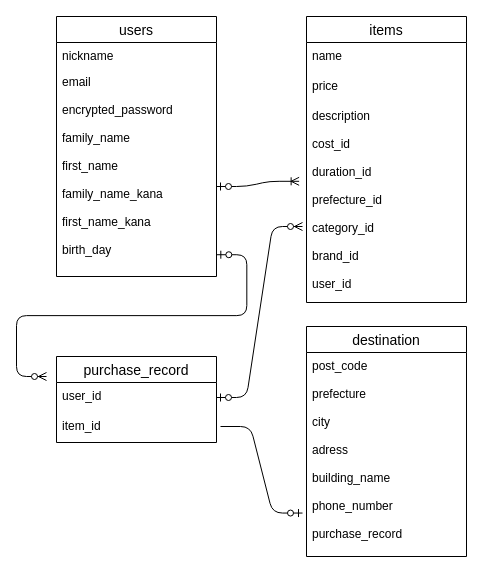
The draw.io diagram test.dio in shinobum10/furima-36695, before the edit. Source tidied: cells renumbered, new cells numbered last; positions are measured from the earlier drawing's top-left corner, leaving out a move shared by most shapes. Both pictures are drawn from the tidied source at 100%, with x=0, y=0 at pixel (46, 16).
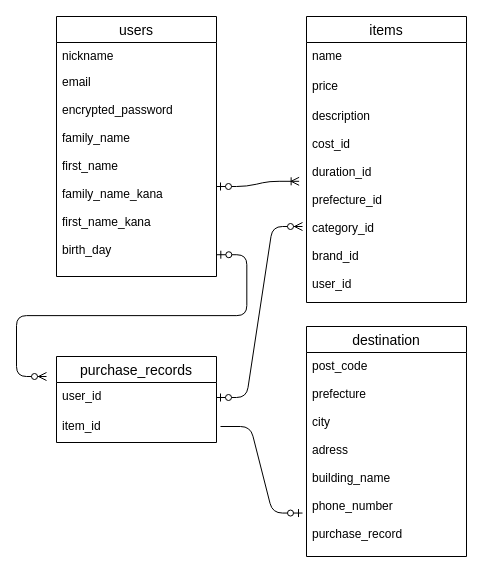
The same diagram, later.

Commit message:
ER図テーブル名修正

What changed in the source:
```diff
@@
-    <mxCell id="14" value="purchase_record" style="swimlane;fontStyle=0;horizontal=1;startSize=26;align=center;fontSize=14;" parent="1" vertex="1">
+    <mxCell id="14" value="purchase_records" style="swimlane;fontStyle=0;horizontal=1;startSize=26;align=center;fontSize=14;" parent="1" vertex="1">
       <mxGeometry x="10" y="340" width="160" height="86" as="geometry" />
     </mxCell>
```
